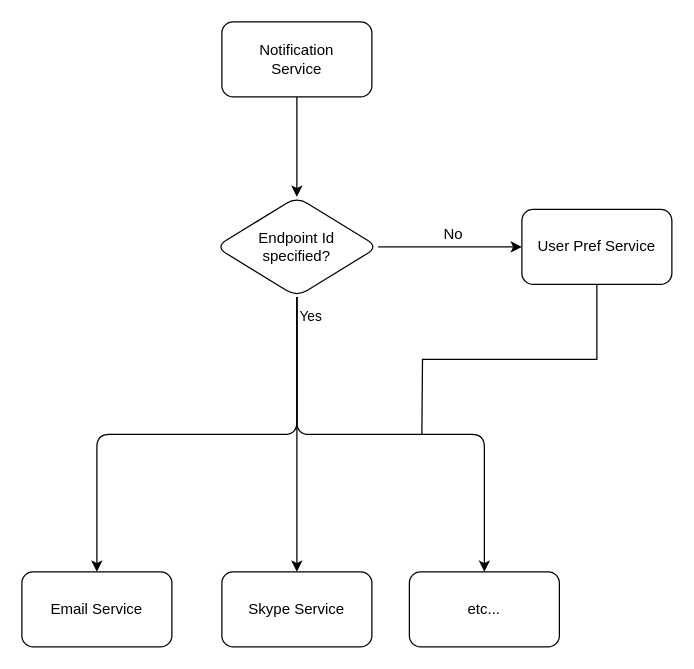
Above: page "Workflow" (2 of 4) of Drawings/NotificationService/NotificationService.drawio in RMSLowside/rmslow (draw.io), before the change. Source tidied: cells renumbered, new cells numbered last; positions are measured from the earlier drawing's top-left corner, leaving out a move shared by most shapes. Both pictures are drawn from the tidied source at 125%, with x=0, y=0 at pixel (21, 21).
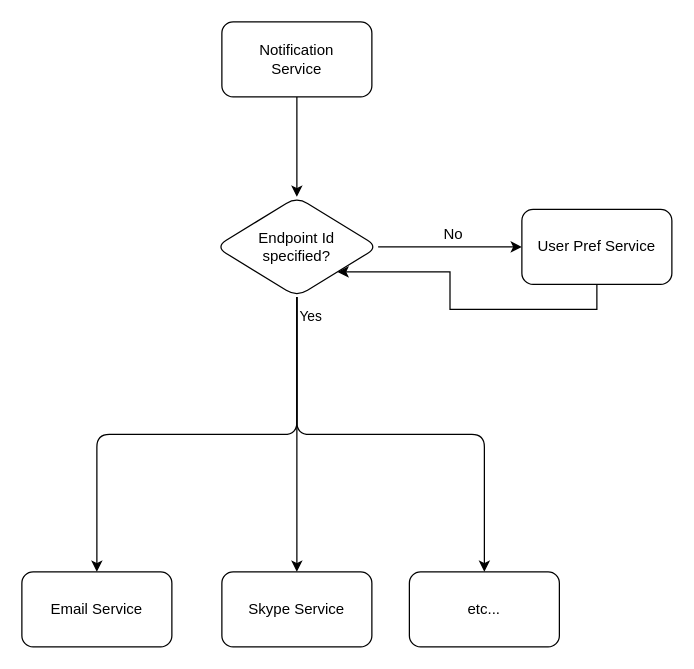
The same page after the edit.

Diff of the diagram source:
```diff
@@
 <mxGraphModel>
   <root>
     <mxCell id="0" />
     <mxCell id="1" parent="0" />
     <mxCell id="2" style="edgeStyle=orthogonalEdgeStyle;jettySize=auto;html=1;exitX=0.5;exitY=1;exitDx=0;exitDy=0;" parent="1" edge="1" source="14" target="8">
       <mxGeometry relative="1" as="geometry" />
     </mxCell>
     <mxCell id="3" style="edgeStyle=orthogonalEdgeStyle;jettySize=auto;html=1;exitX=0.5;exitY=1;exitDx=0;exitDy=0;" parent="1" edge="1" source="14" target="9">
       <mxGeometry relative="1" as="geometry" />
     </mxCell>
     <mxCell id="4" style="edgeStyle=orthogonalEdgeStyle;jettySize=auto;html=1;exitX=0.5;exitY=1;exitDx=0;exitDy=0;entryX=0.5;entryY=0;entryDx=0;entryDy=0;" parent="1" edge="1" source="14" target="10">
       <mxGeometry relative="1" as="geometry" />
     </mxCell>
     <mxCell id="5" value="Yes" style="edgeLabel;html=1;align=center;verticalAlign=middle;rounded=1;" parent="4" vertex="1">
       <mxGeometry x="-0.71" y="-2" relative="1" as="geometry">
         <mxPoint x="12" y="-39" as="offset" />
       </mxGeometry>
     </mxCell>
     <mxCell id="6" style="edgeStyle=orthogonalEdgeStyle;jettySize=auto;html=1;exitX=1;exitY=0.5;exitDx=0;exitDy=0;" parent="1" edge="1" source="14" target="12">
       <mxGeometry relative="1" as="geometry" />
     </mxCell>
     <mxCell id="7" value="Notification &lt;br&gt;Service" style="whiteSpace=wrap;html=1;rounded=1;" parent="1" vertex="1">
       <mxGeometry x="160" width="120" height="60" as="geometry" />
     </mxCell>
     <mxCell id="8" value="Email Service" style="whiteSpace=wrap;html=1;rounded=1;" parent="1" vertex="1">
       <mxGeometry y="440" width="120" height="60" as="geometry" />
     </mxCell>
     <mxCell id="9" value="Skype Service" style="whiteSpace=wrap;html=1;rounded=1;" parent="1" vertex="1">
       <mxGeometry x="160" y="440" width="120" height="60" as="geometry" />
     </mxCell>
     <mxCell id="10" value="etc..." style="whiteSpace=wrap;html=1;rounded=1;" parent="1" vertex="1">
       <mxGeometry x="310" y="440" width="120" height="60" as="geometry" />
     </mxCell>
-    <mxCell id="11" style="edgeStyle=orthogonalEdgeStyle;rounded=0;jettySize=auto;html=1;exitX=0.5;exitY=1;exitDx=0;exitDy=0;endArrow=none;endFill=0;" parent="1" edge="1" source="12">
-      <mxGeometry relative="1" as="geometry">
-        <mxPoint x="320" y="330" as="targetPoint" />
-      </mxGeometry>
-    </mxCell>
+    <mxCell id="16" style="edgeStyle=orthogonalEdgeStyle;rounded=0;jettySize=auto;html=1;exitX=0.5;exitY=1;exitDx=0;exitDy=0;entryX=1;entryY=1;entryDx=0;entryDy=0;" parent="1" edge="1" source="12" target="14">
+      <mxGeometry relative="1" as="geometry" />
+    </mxCell>
     <mxCell id="12" value="User Pref Service" style="whiteSpace=wrap;html=1;rounded=1;" parent="1" vertex="1">
       <mxGeometry x="400" y="150" width="120" height="60" as="geometry" />
     </mxCell>
     <mxCell id="13" style="edgeStyle=orthogonalEdgeStyle;jettySize=auto;html=1;entryX=0.5;entryY=1;entryDx=0;entryDy=0;exitX=0.5;exitY=0;exitDx=0;exitDy=0;endArrow=none;endFill=0;startArrow=classic;startFill=1;" parent="1" edge="1" source="14" target="7">
       <mxGeometry relative="1" as="geometry" />
     </mxCell>
     <mxCell id="14" value="Endpoint Id &lt;br&gt;specified?" style="rhombus;whiteSpace=wrap;html=1;rounded=1;" parent="1" vertex="1">
       <mxGeometry x="155" y="140" width="130" height="80" as="geometry" />
     </mxCell>
     <mxCell id="15" value="No" style="text;html=1;align=center;verticalAlign=middle;rounded=1;" parent="1" vertex="1">
       <mxGeometry x="330" y="160" width="30" height="20" as="geometry" />
     </mxCell>
   </root>
 </mxGraphModel>
```
